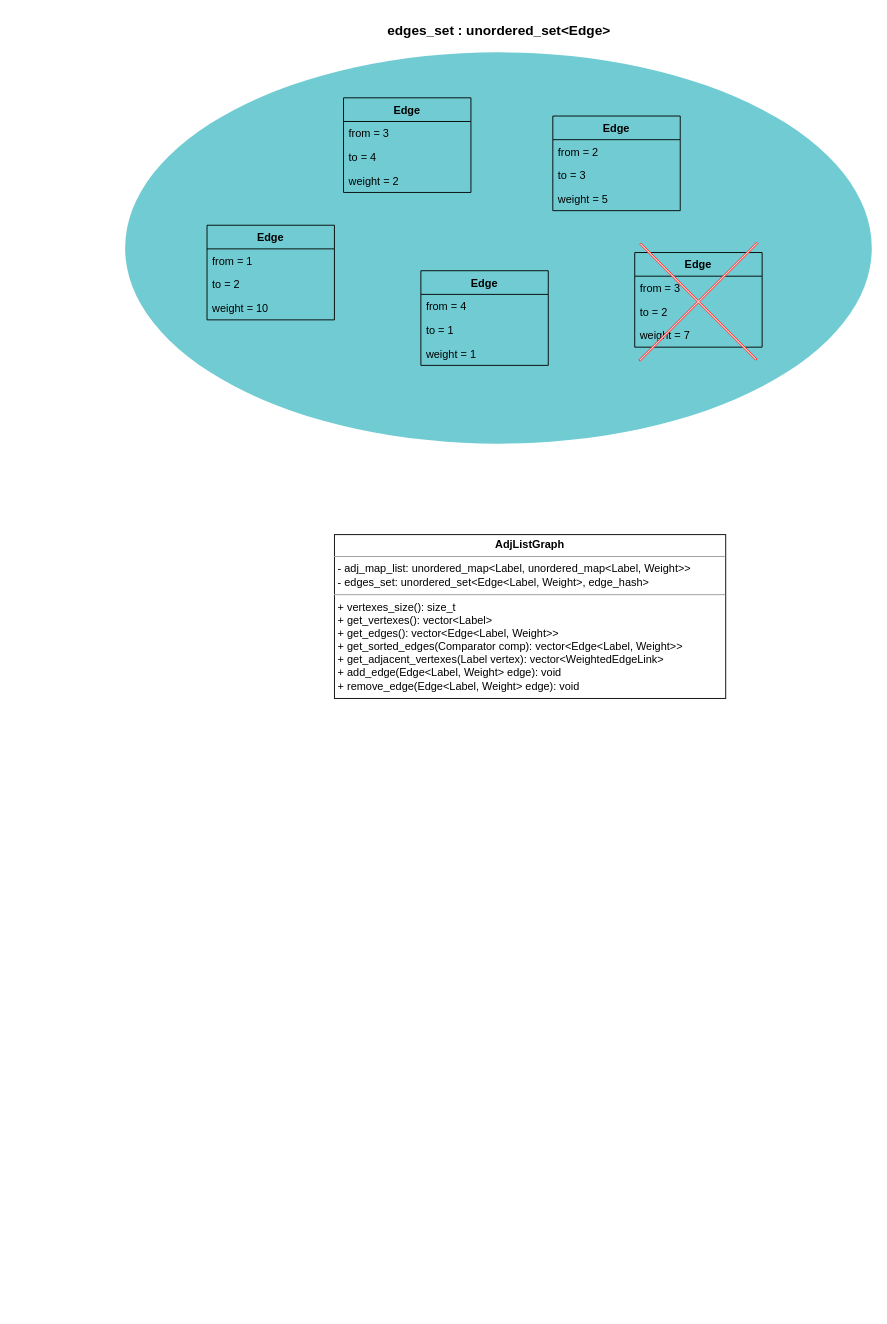
This is report/images/adj_list_graph abstract.drawio from jkomyno/algorithms-hw1, a draw.io file, before an edit. Source tidied: cells renumbered, new cells numbered last; positions are measured from the earlier drawing's top-left corner, leaving out a move shared by most shapes. Both pictures are drawn from the tidied source at 91%, with x=0, y=0 at pixel (125, 15).
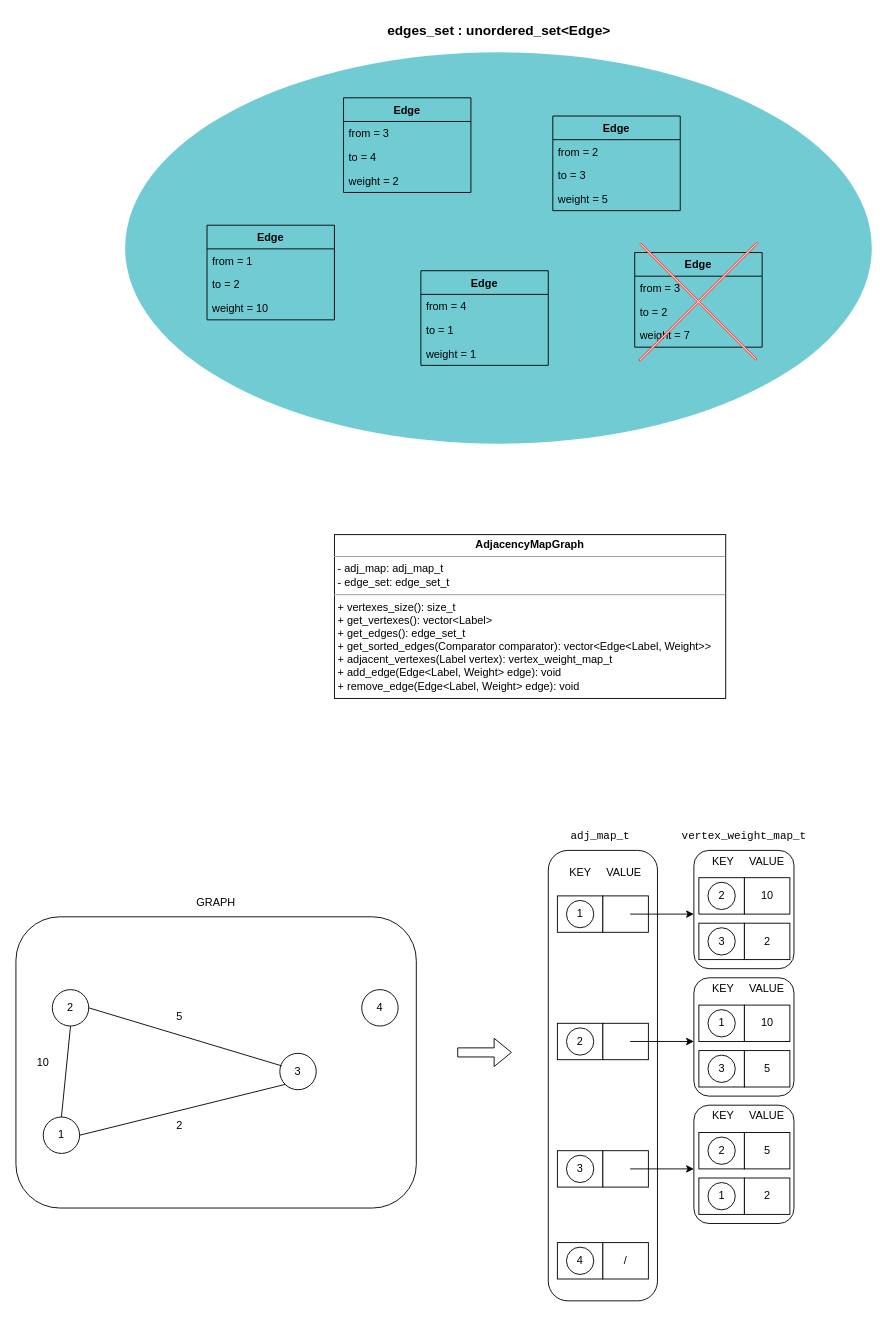
The same page after the edit.

Diff of the diagram source:
```diff
@@
+    <mxCell id="26" style="rounded=1;whiteSpace=wrap;html=1;fillColor=none;arcSize=15;" parent="1" vertex="1">
+      <mxGeometry x="625" y="917" width="110" height="130" as="geometry" />
+    </mxCell>
+    <mxCell id="27" style="rounded=1;whiteSpace=wrap;html=1;fillColor=none;arcSize=18;" parent="1" vertex="1">
+      <mxGeometry x="465" y="917" width="120" height="495" as="geometry" />
+    </mxCell>
+    <mxCell id="28" style="rounded=0;whiteSpace=wrap;html=1;" parent="1" vertex="1">
+      <mxGeometry x="475" y="967" width="50" height="40" as="geometry" />
+    </mxCell>
@@
-    <mxCell id="4" value="&lt;p style=&quot;margin: 0px ; margin-top: 4px ; text-align: center&quot;&gt;&lt;b&gt;AdjListGraph&lt;/b&gt;&lt;br&gt;&lt;/p&gt;&lt;hr size=&quot;1&quot;&gt;&lt;p style=&quot;margin: 0px ; margin-left: 4px&quot;&gt;- adj_map_list:&amp;nbsp;unordered_map&amp;lt;Label, unordered_map&amp;lt;Label, Weight&amp;gt;&amp;gt;&lt;/p&gt;&lt;p style=&quot;margin: 0px ; margin-left: 4px&quot;&gt;- edges_set: unordered_set&amp;lt;Edge&amp;lt;Label, Weight&amp;gt;, edge_hash&amp;gt;&lt;/p&gt;&lt;hr size=&quot;1&quot;&gt;&lt;p style=&quot;margin: 0px ; margin-left: 4px&quot;&gt;+ vertexes_size(): size_t&lt;/p&gt;&lt;p style=&quot;margin: 0px ; margin-left: 4px&quot;&gt;+ get_vertexes(): vector&amp;lt;Label&amp;gt;&lt;/p&gt;&lt;p style=&quot;margin: 0px ; margin-left: 4px&quot;&gt;+ get_edges(): vector&amp;lt;Edge&amp;lt;Label, Weight&amp;gt;&amp;gt;&lt;/p&gt;&lt;p style=&quot;margin: 0px ; margin-left: 4px&quot;&gt;+ get_sorted_edges(Comparator comp):&amp;nbsp;vector&amp;lt;Edge&amp;lt;Label, Weight&amp;gt;&amp;gt;&lt;/p&gt;&lt;p style=&quot;margin: 0px ; margin-left: 4px&quot;&gt;+&amp;nbsp;get_adjacent_vertexes(Label vertex):&amp;nbsp;vector&amp;lt;WeightedEdgeLink&amp;gt;&lt;/p&gt;&lt;p style=&quot;margin: 0px ; margin-left: 4px&quot;&gt;+&amp;nbsp;add_edge(Edge&amp;lt;Label, Weight&amp;gt; edge): void&lt;/p&gt;&lt;p style=&quot;margin: 0px ; margin-left: 4px&quot;&gt;+&amp;nbsp;remove_edge(Edge&amp;lt;Label, Weight&amp;gt; edge): void&lt;/p&gt;" style="verticalAlign=top;align=left;overflow=fill;fontSize=12;fontFamily=Helvetica;html=1;fillColor=none;" parent="1" vertex="1">
+    <mxCell id="4" value="&lt;p style=&quot;margin: 0px ; margin-top: 4px ; text-align: center&quot;&gt;&lt;b&gt;AdjacencyMapGraph&lt;/b&gt;&lt;br&gt;&lt;/p&gt;&lt;hr size=&quot;1&quot;&gt;&lt;p style=&quot;margin: 0px ; margin-left: 4px&quot;&gt;- adj_map:&amp;nbsp;adj_map_t&lt;/p&gt;&lt;p style=&quot;margin: 0px ; margin-left: 4px&quot;&gt;- edge_set: edge_set_t&lt;/p&gt;&lt;hr size=&quot;1&quot;&gt;&lt;p style=&quot;margin: 0px ; margin-left: 4px&quot;&gt;+ vertexes_size(): size_t&lt;/p&gt;&lt;p style=&quot;margin: 0px ; margin-left: 4px&quot;&gt;+ get_vertexes(): vector&amp;lt;Label&amp;gt;&lt;/p&gt;&lt;p style=&quot;margin: 0px ; margin-left: 4px&quot;&gt;+ get_edges():&amp;nbsp;edge_set_t&lt;/p&gt;&lt;p style=&quot;margin: 0px ; margin-left: 4px&quot;&gt;+ get_sorted_edges(Comparator comparator):&amp;nbsp;vector&amp;lt;Edge&amp;lt;Label, Weight&amp;gt;&amp;gt;&lt;/p&gt;&lt;p style=&quot;margin: 0px ; margin-left: 4px&quot;&gt;+ adjacent_vertexes(Label vertex):&amp;nbsp;vertex_weight_map_t&lt;/p&gt;&lt;p style=&quot;margin: 0px ; margin-left: 4px&quot;&gt;+&amp;nbsp;add_edge(Edge&amp;lt;Label, Weight&amp;gt; edge): void&lt;/p&gt;&lt;p style=&quot;margin: 0px ; margin-left: 4px&quot;&gt;+&amp;nbsp;remove_edge(Edge&amp;lt;Label, Weight&amp;gt; edge): void&lt;/p&gt;" style="verticalAlign=top;align=left;overflow=fill;fontSize=12;fontFamily=Helvetica;html=1;fillColor=none;" parent="1" vertex="1">
       <mxGeometry x="230" y="570" width="430" height="180" as="geometry" />
     </mxCell>
@@
+    <mxCell id="29" value="2" style="ellipse;whiteSpace=wrap;html=1;" parent="1" vertex="1">
+      <mxGeometry x="-80" y="1070" width="40" height="40" as="geometry" />
+    </mxCell>
+    <mxCell id="30" value="3" style="ellipse;whiteSpace=wrap;html=1;" parent="1" vertex="1">
+      <mxGeometry x="170" y="1140" width="40" height="40" as="geometry" />
+    </mxCell>
+    <mxCell id="31" value="4" style="ellipse;whiteSpace=wrap;html=1;" parent="1" vertex="1">
+      <mxGeometry x="260" y="1070" width="40" height="40" as="geometry" />
+    </mxCell>
+    <mxCell id="32" value="1" style="ellipse;whiteSpace=wrap;html=1;" parent="1" vertex="1">
+      <mxGeometry x="-90" y="1210" width="40" height="40" as="geometry" />
+    </mxCell>
+    <mxCell id="33" style="endArrow=none;html=1;entryX=0.046;entryY=0.343;entryDx=0;entryDy=0;entryPerimeter=0;exitX=1;exitY=0.5;exitDx=0;exitDy=0;" parent="1" edge="1" source="29" target="30">
+      <mxGeometry relative="1" as="geometry" />
+    </mxCell>
+    <mxCell id="34" style="endArrow=none;html=1;entryX=0;entryY=1;entryDx=0;entryDy=0;exitX=1;exitY=0.5;exitDx=0;exitDy=0;" parent="1" edge="1" source="32" target="30">
+      <mxGeometry relative="1" as="geometry" />
+    </mxCell>
+    <mxCell id="35" style="endArrow=none;html=1;exitX=0.5;exitY=0;exitDx=0;exitDy=0;entryX=0.5;entryY=1;entryDx=0;entryDy=0;" parent="1" edge="1" source="32" target="29">
+      <mxGeometry relative="1" as="geometry" />
+    </mxCell>
+    <mxCell id="36" value="1" style="ellipse;whiteSpace=wrap;html=1;" parent="1" vertex="1">
+      <mxGeometry x="485" y="972" width="30" height="30" as="geometry" />
+    </mxCell>
+    <mxCell id="37" style="rounded=0;whiteSpace=wrap;html=1;" parent="1" vertex="1">
+      <mxGeometry x="525" y="967" width="50" height="40" as="geometry" />
+    </mxCell>
+    <mxCell id="38" style="endArrow=classic;html=1;" parent="1" edge="1">
+      <mxGeometry relative="1" as="geometry">
+        <mxPoint x="555" y="987" as="sourcePoint" />
+        <mxPoint x="625" y="987" as="targetPoint" />
+      </mxGeometry>
+    </mxCell>
+    <mxCell id="39" value="KEY&amp;nbsp; &amp;nbsp; &amp;nbsp;VALUE" style="text;html=1;strokeColor=none;fillColor=none;align=center;verticalAlign=middle;whiteSpace=wrap;rounded=0;" parent="1" vertex="1">
+      <mxGeometry x="468" y="932" width="120" height="20" as="geometry" />
+    </mxCell>
+    <mxCell id="40" style="rounded=0;whiteSpace=wrap;html=1;" parent="1" vertex="1">
+      <mxGeometry x="630.5" y="947" width="50" height="40" as="geometry" />
+    </mxCell>
+    <mxCell id="41" value="2" style="ellipse;whiteSpace=wrap;html=1;" parent="1" vertex="1">
+      <mxGeometry x="640.5" y="952" width="30" height="30" as="geometry" />
+    </mxCell>
+    <mxCell id="42" value="10" style="rounded=0;whiteSpace=wrap;html=1;" parent="1" vertex="1">
+      <mxGeometry x="680.5" y="947" width="50" height="40" as="geometry" />
+    </mxCell>
+    <mxCell id="43" value="KEY&amp;nbsp; &amp;nbsp; &amp;nbsp;VALUE" style="text;html=1;strokeColor=none;fillColor=none;align=center;verticalAlign=middle;whiteSpace=wrap;rounded=0;" parent="1" vertex="1">
+      <mxGeometry x="625" y="919" width="120" height="20" as="geometry" />
+    </mxCell>
+    <mxCell id="44" value="10" style="text;html=1;strokeColor=none;fillColor=none;align=center;verticalAlign=middle;whiteSpace=wrap;rounded=0;" parent="1" vertex="1">
+      <mxGeometry x="-110" y="1140" width="40" height="20" as="geometry" />
+    </mxCell>
+    <mxCell id="45" value="5" style="text;html=1;strokeColor=none;fillColor=none;align=center;verticalAlign=middle;whiteSpace=wrap;rounded=0;" parent="1" vertex="1">
+      <mxGeometry x="40" y="1090" width="40" height="20" as="geometry" />
+    </mxCell>
+    <mxCell id="46" value="2" style="text;html=1;strokeColor=none;fillColor=none;align=center;verticalAlign=middle;whiteSpace=wrap;rounded=0;" parent="1" vertex="1">
+      <mxGeometry x="40" y="1210" width="40" height="20" as="geometry" />
+    </mxCell>
+    <mxCell id="47" style="rounded=0;whiteSpace=wrap;html=1;" parent="1" vertex="1">
+      <mxGeometry x="630.5" y="997" width="50" height="40" as="geometry" />
+    </mxCell>
+    <mxCell id="48" value="3" style="ellipse;whiteSpace=wrap;html=1;" parent="1" vertex="1">
+      <mxGeometry x="640.5" y="1002" width="30" height="30" as="geometry" />
+    </mxCell>
+    <mxCell id="49" value="2" style="rounded=0;whiteSpace=wrap;html=1;" parent="1" vertex="1">
+      <mxGeometry x="680.5" y="997" width="50" height="40" as="geometry" />
+    </mxCell>
+    <mxCell id="50" style="rounded=1;whiteSpace=wrap;html=1;fillColor=none;arcSize=15;" parent="1" vertex="1">
+      <mxGeometry x="625" y="1057" width="110" height="130" as="geometry" />
+    </mxCell>
+    <mxCell id="51" style="rounded=0;whiteSpace=wrap;html=1;" parent="1" vertex="1">
+      <mxGeometry x="475" y="1107" width="50" height="40" as="geometry" />
+    </mxCell>
+    <mxCell id="52" value="2" style="ellipse;whiteSpace=wrap;html=1;" parent="1" vertex="1">
+      <mxGeometry x="485" y="1112" width="30" height="30" as="geometry" />
+    </mxCell>
+    <mxCell id="53" style="rounded=0;whiteSpace=wrap;html=1;" parent="1" vertex="1">
+      <mxGeometry x="525" y="1107" width="50" height="40" as="geometry" />
+    </mxCell>
+    <mxCell id="54" style="endArrow=classic;html=1;" parent="1" edge="1">
+      <mxGeometry relative="1" as="geometry">
+        <mxPoint x="555" y="1127" as="sourcePoint" />
+        <mxPoint x="625" y="1127" as="targetPoint" />
+      </mxGeometry>
+    </mxCell>
+    <mxCell id="55" style="rounded=0;whiteSpace=wrap;html=1;" parent="1" vertex="1">
+      <mxGeometry x="630.5" y="1087" width="50" height="40" as="geometry" />
+    </mxCell>
+    <mxCell id="56" value="1" style="ellipse;whiteSpace=wrap;html=1;" parent="1" vertex="1">
+      <mxGeometry x="640.5" y="1092" width="30" height="30" as="geometry" />
+    </mxCell>
+    <mxCell id="57" value="10" style="rounded=0;whiteSpace=wrap;html=1;" parent="1" vertex="1">
+      <mxGeometry x="680.5" y="1087" width="50" height="40" as="geometry" />
+    </mxCell>
+    <mxCell id="58" value="KEY&amp;nbsp; &amp;nbsp; &amp;nbsp;VALUE" style="text;html=1;strokeColor=none;fillColor=none;align=center;verticalAlign=middle;whiteSpace=wrap;rounded=0;" parent="1" vertex="1">
+      <mxGeometry x="625" y="1059" width="120" height="20" as="geometry" />
+    </mxCell>
+    <mxCell id="59" style="rounded=0;whiteSpace=wrap;html=1;" parent="1" vertex="1">
+      <mxGeometry x="630.5" y="1137" width="50" height="40" as="geometry" />
+    </mxCell>
+    <mxCell id="60" value="3" style="ellipse;whiteSpace=wrap;html=1;" parent="1" vertex="1">
+      <mxGeometry x="640.5" y="1142" width="30" height="30" as="geometry" />
+    </mxCell>
+    <mxCell id="61" value="5" style="rounded=0;whiteSpace=wrap;html=1;" parent="1" vertex="1">
+      <mxGeometry x="680.5" y="1137" width="50" height="40" as="geometry" />
+    </mxCell>
+    <mxCell id="62" style="rounded=1;whiteSpace=wrap;html=1;fillColor=none;arcSize=15;" parent="1" vertex="1">
+      <mxGeometry x="625" y="1197" width="110" height="130" as="geometry" />
+    </mxCell>
+    <mxCell id="63" style="rounded=0;whiteSpace=wrap;html=1;" parent="1" vertex="1">
+      <mxGeometry x="475" y="1247" width="50" height="40" as="geometry" />
+    </mxCell>
+    <mxCell id="64" value="3" style="ellipse;whiteSpace=wrap;html=1;" parent="1" vertex="1">
+      <mxGeometry x="485" y="1252" width="30" height="30" as="geometry" />
+    </mxCell>
+    <mxCell id="65" style="rounded=0;whiteSpace=wrap;html=1;" parent="1" vertex="1">
+      <mxGeometry x="525" y="1247" width="50" height="40" as="geometry" />
+    </mxCell>
+    <mxCell id="66" style="endArrow=classic;html=1;" parent="1" edge="1">
+      <mxGeometry relative="1" as="geometry">
+        <mxPoint x="555" y="1267" as="sourcePoint" />
+        <mxPoint x="625" y="1267" as="targetPoint" />
+      </mxGeometry>
+    </mxCell>
+    <mxCell id="67" style="rounded=0;whiteSpace=wrap;html=1;" parent="1" vertex="1">
+      <mxGeometry x="630.5" y="1227" width="50" height="40" as="geometry" />
+    </mxCell>
+    <mxCell id="68" value="2" style="ellipse;whiteSpace=wrap;html=1;" parent="1" vertex="1">
+      <mxGeometry x="640.5" y="1232" width="30" height="30" as="geometry" />
+    </mxCell>
+    <mxCell id="69" value="5" style="rounded=0;whiteSpace=wrap;html=1;" parent="1" vertex="1">
+      <mxGeometry x="680.5" y="1227" width="50" height="40" as="geometry" />
+    </mxCell>
+    <mxCell id="70" value="KEY&amp;nbsp; &amp;nbsp; &amp;nbsp;VALUE" style="text;html=1;strokeColor=none;fillColor=none;align=center;verticalAlign=middle;whiteSpace=wrap;rounded=0;" parent="1" vertex="1">
+      <mxGeometry x="625" y="1199" width="120" height="20" as="geometry" />
+    </mxCell>
+    <mxCell id="71" style="rounded=0;whiteSpace=wrap;html=1;" parent="1" vertex="1">
+      <mxGeometry x="630.5" y="1277" width="50" height="40" as="geometry" />
+    </mxCell>
+    <mxCell id="72" value="1" style="ellipse;whiteSpace=wrap;html=1;" parent="1" vertex="1">
+      <mxGeometry x="640.5" y="1282" width="30" height="30" as="geometry" />
+    </mxCell>
+    <mxCell id="73" value="2" style="rounded=0;whiteSpace=wrap;html=1;" parent="1" vertex="1">
+      <mxGeometry x="680.5" y="1277" width="50" height="40" as="geometry" />
+    </mxCell>
+    <mxCell id="74" style="rounded=0;whiteSpace=wrap;html=1;" parent="1" vertex="1">
+      <mxGeometry x="475" y="1348" width="50" height="40" as="geometry" />
+    </mxCell>
+    <mxCell id="75" value="4" style="ellipse;whiteSpace=wrap;html=1;" parent="1" vertex="1">
+      <mxGeometry x="485" y="1353" width="30" height="30" as="geometry" />
+    </mxCell>
+    <mxCell id="76" value="/" style="rounded=0;whiteSpace=wrap;html=1;" parent="1" vertex="1">
+      <mxGeometry x="525" y="1348" width="50" height="40" as="geometry" />
+    </mxCell>
+    <mxCell id="77" value="&lt;font face=&quot;Courier New&quot;&gt;adj_map_t&lt;/font&gt;" style="text;whiteSpace=wrap;html=1;" parent="1" vertex="1">
+      <mxGeometry x="488" y="887" width="80" height="30" as="geometry" />
+    </mxCell>
+    <mxCell id="78" value="&lt;font face=&quot;Courier New&quot;&gt;vertex_weight_map_t&lt;/font&gt;" style="text;whiteSpace=wrap;html=1;" parent="1" vertex="1">
+      <mxGeometry x="610" y="887" width="140" height="30" as="geometry" />
+    </mxCell>
+    <mxCell id="79" style="rounded=1;whiteSpace=wrap;html=1;fillColor=none;" parent="1" vertex="1">
+      <mxGeometry x="-120" y="990" width="440" height="320" as="geometry" />
+    </mxCell>
+    <mxCell id="80" value="GRAPH" style="text;html=1;strokeColor=none;fillColor=none;align=center;verticalAlign=middle;whiteSpace=wrap;rounded=0;" parent="1" vertex="1">
+      <mxGeometry x="80" y="965" width="40" height="20" as="geometry" />
+    </mxCell>
+    <mxCell id="81" style="shape=flexArrow;endArrow=classic;html=1;" parent="1" edge="1">
+      <mxGeometry relative="1" as="geometry">
+        <mxPoint x="365" y="1139" as="sourcePoint" />
+        <mxPoint x="425" y="1139" as="targetPoint" />
+      </mxGeometry>
+    </mxCell>
+    <mxCell id="82" style="edgeStyle=orthogonalEdgeStyle;rounded=0;orthogonalLoop=1;jettySize=auto;html=1;exitX=0.5;exitY=1;exitDx=0;exitDy=0;" parent="1" edge="1" source="27" target="27">
+      <mxGeometry relative="1" as="geometry" />
+    </mxCell>
```
